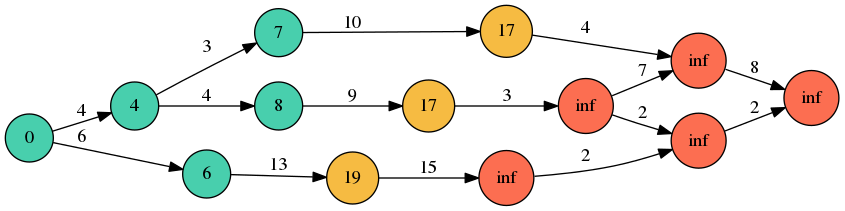
Above: documents/thesis/images/dijkstra_example.png in khovanskiy/bachelor-thesis (Graphviz), before the change. Its source is kept beside it as documents/thesis/images/dijkstra_example.dot.
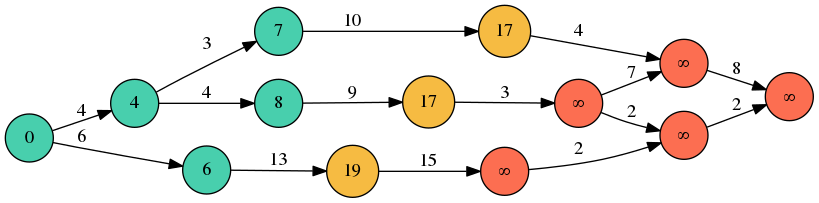
The same diagram one commit later.

Diff of the diagram source:
```diff
@@ -9,11 +9,11 @@
 	F [label="17", fillcolor="#f6bb42"];
 	G [label="17", fillcolor="#f6bb42"];
 	H [label="19", fillcolor="#f6bb42"];
-	I [label="inf", fillcolor="#fc6e51"];
-	J [label="inf", fillcolor="#fc6e51"];
-	K [label="inf", fillcolor="#fc6e51"];
-	L [label="inf", fillcolor="#fc6e51"];
-	M [label="inf", fillcolor="#fc6e51"];
+	I [label="∞", fillcolor="#fc6e51"];
+	J [label="∞", fillcolor="#fc6e51"];
+	K [label="∞", fillcolor="#fc6e51"];
+	L [label="∞", fillcolor="#fc6e51"];
+	M [label="∞", fillcolor="#fc6e51"];
 	A->B [label="4"];
 	A->C [label="6"];
 	B->D [label="3"];
```
